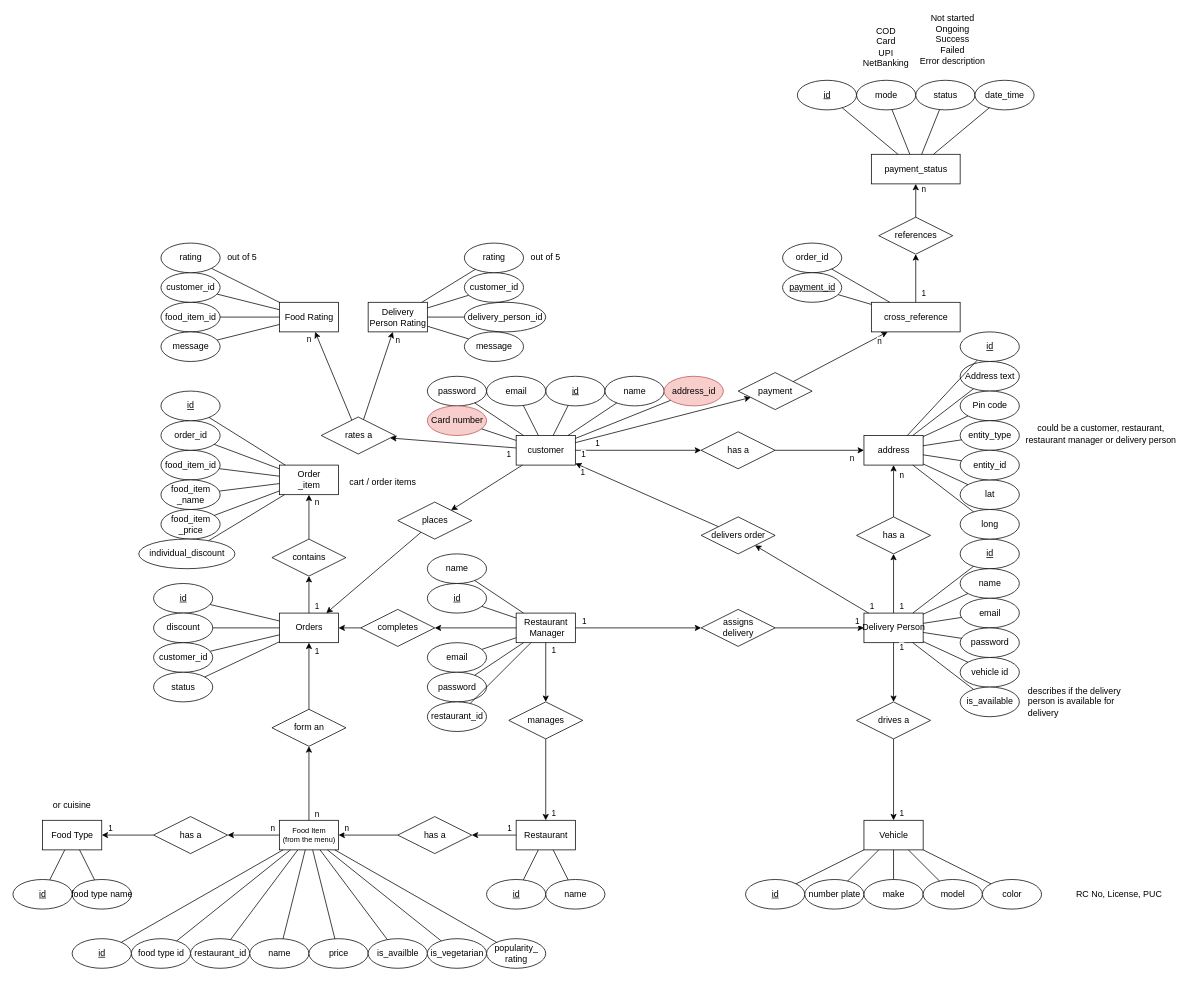
This is diagrams/ER/ER diagram.drawio from callofthewild/hunger-buzz, a draw.io file, before an edit. Source tidied: cells renumbered, new cells numbered last; positions are measured from the earlier drawing's top-left corner, leaving out a move shared by most shapes. Both pictures are drawn from the tidied source at 74%, with x=0, y=0 at pixel (13, 13).
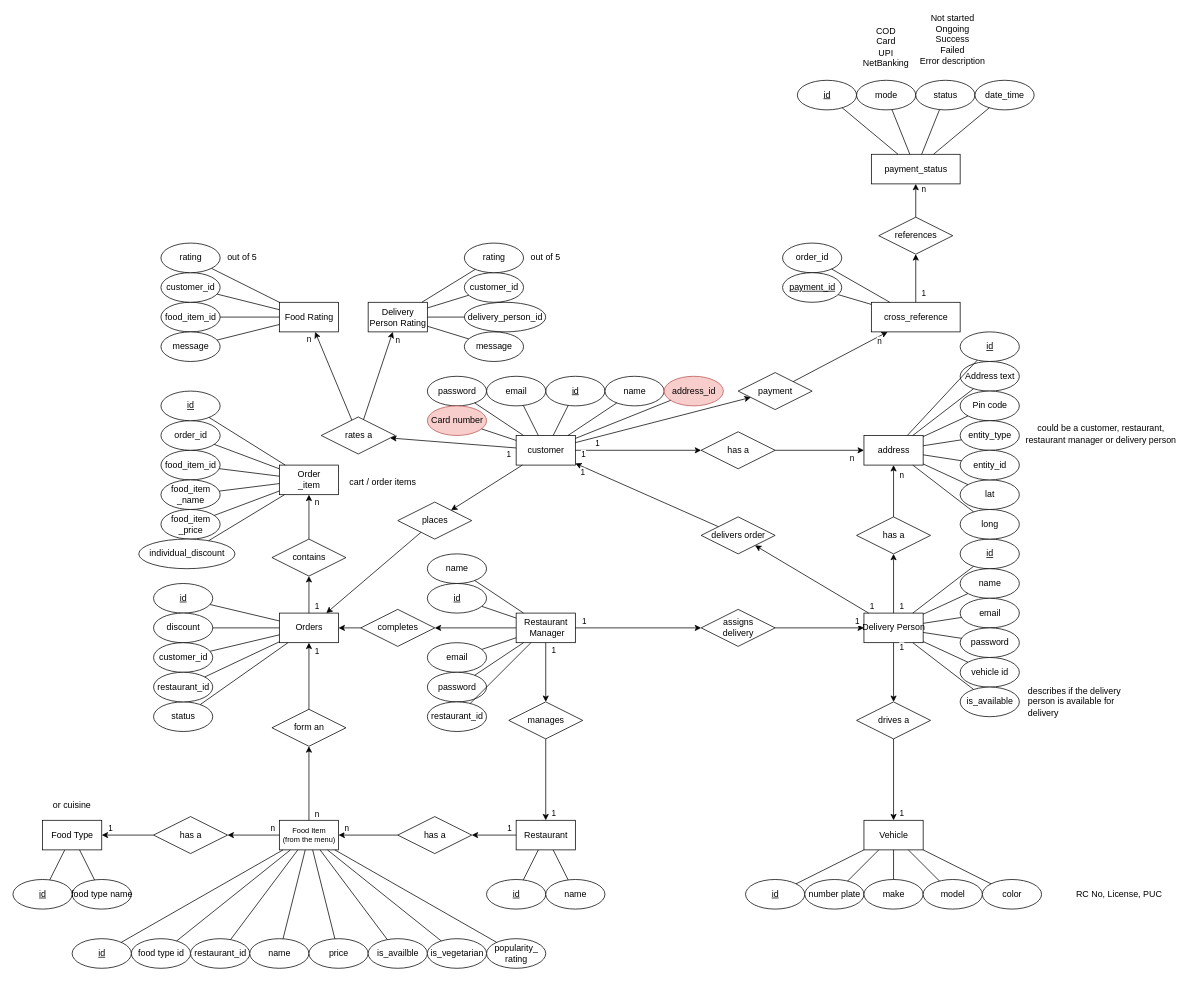
After the change.

Commit message:
added restaurant_id to orders

The change refers to these unchanged cells:
```xml
<mxCell id="69" value="&lt;div&gt;Orders&lt;/div&gt;" style="rounded=0;html=1;" parent="1" vertex="1">
  <mxGeometry x="360" y="810" width="80" height="40" as="geometry" />
</mxCell>
```

Change to the diagram source:
```diff
@@
     <mxCell id="153" value="status" style="ellipse;html=1;" parent="1" vertex="1">
-      <mxGeometry x="190" y="890" width="80" height="40" as="geometry" />
+      <mxGeometry x="190" y="930" width="80" height="40" as="geometry" />
     </mxCell>
@@
+    <mxCell id="228" value="restaurant_id" style="ellipse;html=1;" parent="1" vertex="1">
+      <mxGeometry x="190" y="890" width="80" height="40" as="geometry" />
+    </mxCell>
+    <mxCell id="229" style="endArrow=none;html=1;rounded=0;" parent="1" edge="1" source="228" target="69">
+      <mxGeometry relative="1" as="geometry" />
+    </mxCell>
```
